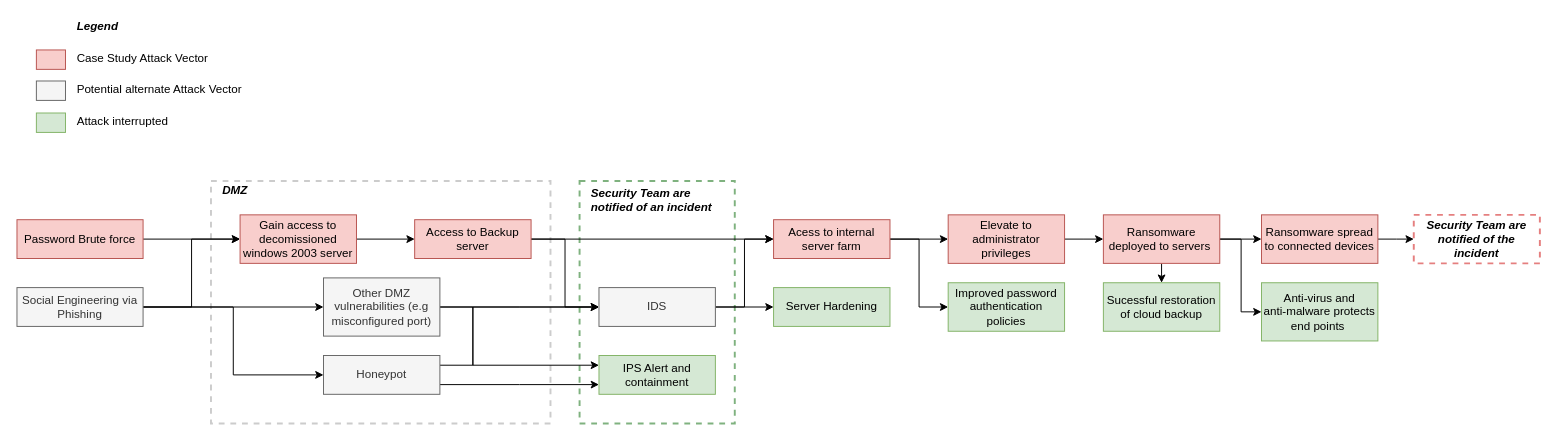
The draw.io diagram Attack_vector_diagram.drawio in Jeenix/info-sec, before the edit. Source tidied: cells renumbered, new cells numbered last; positions are measured from the earlier drawing's top-left corner, leaving out a move shared by most shapes. Both pictures are drawn from the tidied source at 97%, with x=0, y=0 at pixel (16, 16).
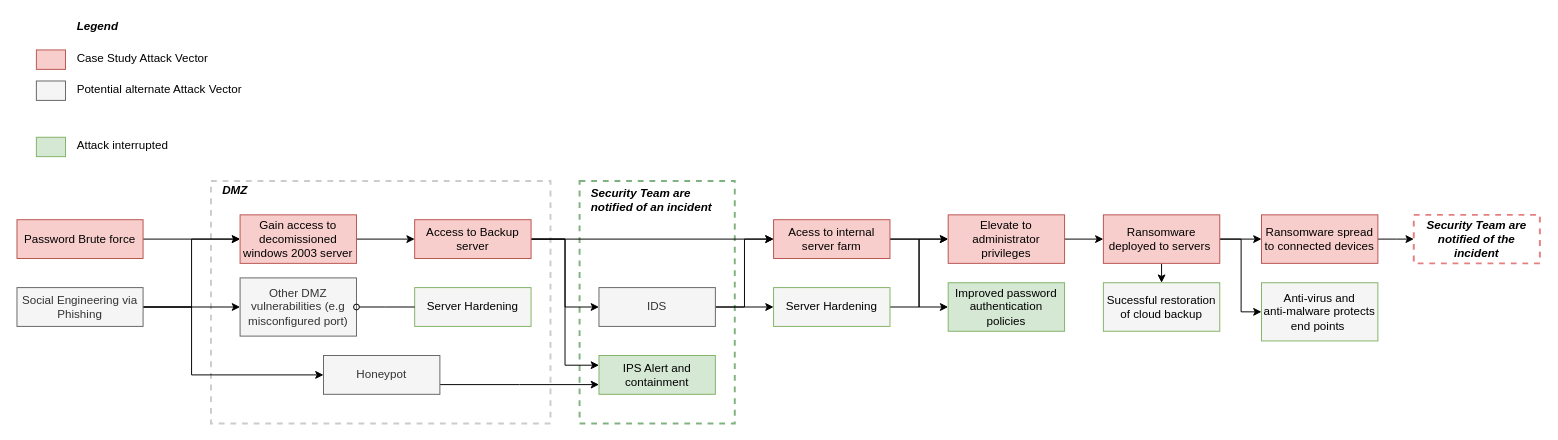
The same diagram, later.

Unchanged cells that the change refers to:
```xml
<mxCell id="10" value="Access to Backup server" style="rounded=0;whiteSpace=wrap;html=1;fontSize=12;glass=0;strokeWidth=1;shadow=0;fillColor=#f8cecc;strokeColor=#b85450;" parent="1" vertex="1">
  <mxGeometry x="410" y="209" width="120" height="40" as="geometry" />
</mxCell>
<mxCell id="18" value="Social Engineering via Phishing" style="rounded=0;whiteSpace=wrap;html=1;fontSize=12;glass=0;strokeWidth=1;shadow=0;fillColor=#f5f5f5;strokeColor=#666666;fontColor=#333333;" parent="1" vertex="1">
  <mxGeometry y="279" width="130" height="40" as="geometry" />
</mxCell>
<mxCell id="23" value="Elevate to administrator privileges" style="rounded=0;whiteSpace=wrap;html=1;fontSize=12;glass=0;strokeWidth=1;shadow=0;fillColor=#f8cecc;strokeColor=#b85450;" parent="1" vertex="1">
  <mxGeometry x="960" y="204" width="120" height="50" as="geometry" />
</mxCell>
<mxCell id="30" value="Honeypot" style="rounded=0;whiteSpace=wrap;html=1;fontSize=12;glass=0;strokeWidth=1;shadow=0;fillColor=#f5f5f5;strokeColor=#666666;fontColor=#333333;" parent="1" vertex="1">
  <mxGeometry x="316" y="349" width="120" height="40" as="geometry" />
</mxCell>
<mxCell id="31" value="IPS Alert and containment" style="rounded=0;whiteSpace=wrap;html=1;fontSize=12;glass=0;strokeWidth=1;shadow=0;fillColor=#d5e8d4;strokeColor=#82b366;" parent="1" vertex="1">
  <mxGeometry x="600" y="349" width="120" height="40" as="geometry" />
</mxCell>
<mxCell id="44" value="IDS" style="rounded=0;whiteSpace=wrap;html=1;fontSize=12;glass=0;strokeWidth=1;shadow=0;fillColor=#f5f5f5;strokeColor=#666666;fontColor=#333333;" parent="1" vertex="1">
  <mxGeometry x="600" y="279" width="120" height="40" as="geometry" />
</mxCell>
```

The edit, as a diff of the source:
```diff
@@
+    <mxCell id="51" style="edgeStyle=elbowEdgeStyle;shape=connector;rounded=0;jettySize=auto;html=1;entryX=0;entryY=0.25;entryDx=0;entryDy=0;labelBackgroundColor=default;fontFamily=Helvetica;fontSize=11;fontColor=default;endArrow=classic;strokeColor=default;" parent="1" edge="1" source="10" target="31">
+      <mxGeometry relative="1" as="geometry" />
+    </mxCell>
@@
     <mxCell id="16" style="edgeStyle=elbowEdgeStyle;shape=connector;rounded=0;jettySize=auto;html=1;labelBackgroundColor=default;fontFamily=Helvetica;fontSize=11;fontColor=default;endArrow=classic;strokeColor=default;" parent="1" edge="1" source="18" target="30">
-      <mxGeometry relative="1" as="geometry" />
+      <mxGeometry relative="1" as="geometry">
+        <Array as="points">
+          <mxPoint x="180" y="329" />
+        </Array>
+      </mxGeometry>
     </mxCell>
@@
-    <mxCell id="25" style="edgeStyle=elbowEdgeStyle;shape=connector;rounded=0;jettySize=auto;html=1;labelBackgroundColor=default;fontFamily=Helvetica;fontSize=11;fontColor=default;endArrow=classic;strokeColor=default;" parent="1" edge="1" source="27" target="44">
-      <mxGeometry relative="1" as="geometry" />
-    </mxCell>
-    <mxCell id="26" style="edgeStyle=elbowEdgeStyle;shape=connector;rounded=0;jettySize=auto;html=1;entryX=0;entryY=0.25;entryDx=0;entryDy=0;labelBackgroundColor=default;fontFamily=Helvetica;fontSize=11;fontColor=default;endArrow=classic;strokeColor=default;" parent="1" edge="1" source="27" target="31">
-      <mxGeometry relative="1" as="geometry">
-        <Array as="points">
-          <mxPoint x="470" y="299" />
-        </Array>
-      </mxGeometry>
-    </mxCell>
     <mxCell id="27" value="Other DMZ vulnerabilities (e.g misconfigured port)" style="rounded=0;whiteSpace=wrap;html=1;fontSize=12;glass=0;strokeWidth=1;shadow=0;fillColor=#f5f5f5;strokeColor=#666666;fontColor=#333333;" parent="1" vertex="1">
-      <mxGeometry x="316" y="269" width="120" height="60" as="geometry" />
+      <mxGeometry x="230" y="269" width="120" height="60" as="geometry" />
     </mxCell>
-    <mxCell id="28" style="edgeStyle=elbowEdgeStyle;shape=connector;rounded=0;jettySize=auto;html=1;exitX=1;exitY=0.25;exitDx=0;exitDy=0;labelBackgroundColor=default;fontFamily=Helvetica;fontSize=11;fontColor=default;endArrow=classic;strokeColor=default;" parent="1" edge="1" source="30" target="44">
-      <mxGeometry relative="1" as="geometry">
-        <Array as="points">
-          <mxPoint x="470" y="299" />
-        </Array>
-      </mxGeometry>
-    </mxCell>
@@
     <mxCell id="33" style="rounded=0;whiteSpace=wrap;html=1;fontSize=12;glass=0;strokeWidth=1;shadow=0;fillColor=#d5e8d4;strokeColor=#82b366;" parent="1" vertex="1">
-      <mxGeometry x="20" y="99" width="30" height="20" as="geometry" />
+      <mxGeometry x="20" y="124" width="30" height="20" as="geometry" />
     </mxCell>
     <mxCell id="34" value="&lt;font face=&quot;helvetica&quot;&gt;&lt;span style=&quot;background-color: rgb(255 , 255 , 255)&quot;&gt;Attack interrupted&lt;/span&gt;&lt;/font&gt;" style="text;whiteSpace=wrap;html=1;align=left;rounded=0;" parent="1" vertex="1">
-      <mxGeometry x="60" y="94" width="230" height="30" as="geometry" />
+      <mxGeometry x="60" y="119" width="230" height="30" as="geometry" />
     </mxCell>
@@
-    <mxCell id="41" value="Anti-virus and &lt;br&gt;anti-malware protects end points&amp;nbsp;" style="rounded=0;whiteSpace=wrap;html=1;fontSize=12;glass=0;strokeWidth=1;shadow=0;fillColor=#d5e8d4;strokeColor=#82b366;" parent="1" vertex="1">
+    <mxCell id="41" value="Anti-virus and &lt;br&gt;anti-malware protects end points&amp;nbsp;" style="rounded=0;whiteSpace=wrap;html=1;fontSize=12;glass=0;strokeWidth=1;shadow=0;fillColor=#F5F5F5;strokeColor=#82b366;" parent="1" vertex="1">
       <mxGeometry x="1283" y="274" width="120" height="60" as="geometry" />
     </mxCell>
@@
-    <mxCell id="45" value="Sucessful restoration of cloud backup" style="rounded=0;whiteSpace=wrap;html=1;fontSize=12;glass=0;strokeWidth=1;shadow=0;fillColor=#d5e8d4;strokeColor=#82b366;" parent="1" vertex="1">
+    <mxCell id="45" value="Sucessful restoration of cloud backup" style="rounded=0;whiteSpace=wrap;html=1;fontSize=12;glass=0;strokeWidth=1;shadow=0;fillColor=#F5F5F5;strokeColor=#82b366;" parent="1" vertex="1">
       <mxGeometry x="1120" y="274" width="120" height="50" as="geometry" />
     </mxCell>
+    <mxCell id="52" style="edgeStyle=elbowEdgeStyle;shape=connector;rounded=0;jettySize=auto;html=1;entryX=0;entryY=0.5;entryDx=0;entryDy=0;labelBackgroundColor=default;fontFamily=Helvetica;fontSize=11;fontColor=default;endArrow=classic;strokeColor=default;" parent="1" edge="1" source="46" target="23">
+      <mxGeometry relative="1" as="geometry" />
+    </mxCell>
-    <mxCell id="46" value="Server Hardening" style="rounded=0;whiteSpace=wrap;html=1;fontSize=12;glass=0;strokeWidth=1;shadow=0;fillColor=#d5e8d4;strokeColor=#82b366;" parent="1" vertex="1">
+    <mxCell id="46" value="Server Hardening" style="rounded=0;whiteSpace=wrap;html=1;fontSize=12;glass=0;strokeWidth=1;shadow=0;fillColor=#F5F5F5;strokeColor=#82b366;" parent="1" vertex="1">
       <mxGeometry x="780" y="279" width="120" height="40" as="geometry" />
     </mxCell>
@@
+    <mxCell id="53" value="Server Hardening" style="rounded=0;whiteSpace=wrap;html=1;fontSize=12;glass=0;strokeWidth=1;shadow=0;fillColor=#F5F5F5;strokeColor=#82b366;" parent="1" vertex="1">
+      <mxGeometry x="410" y="279" width="120" height="40" as="geometry" />
+    </mxCell>
+    <mxCell id="54" style="edgeStyle=elbowEdgeStyle;shape=connector;rounded=0;jettySize=auto;html=1;labelBackgroundColor=default;fontFamily=Helvetica;fontSize=11;fontColor=default;endArrow=none;strokeColor=default;endFill=0;startArrow=oval;startFill=0;" parent="1" edge="1" source="27" target="53">
+      <mxGeometry relative="1" as="geometry" />
+    </mxCell>
```
